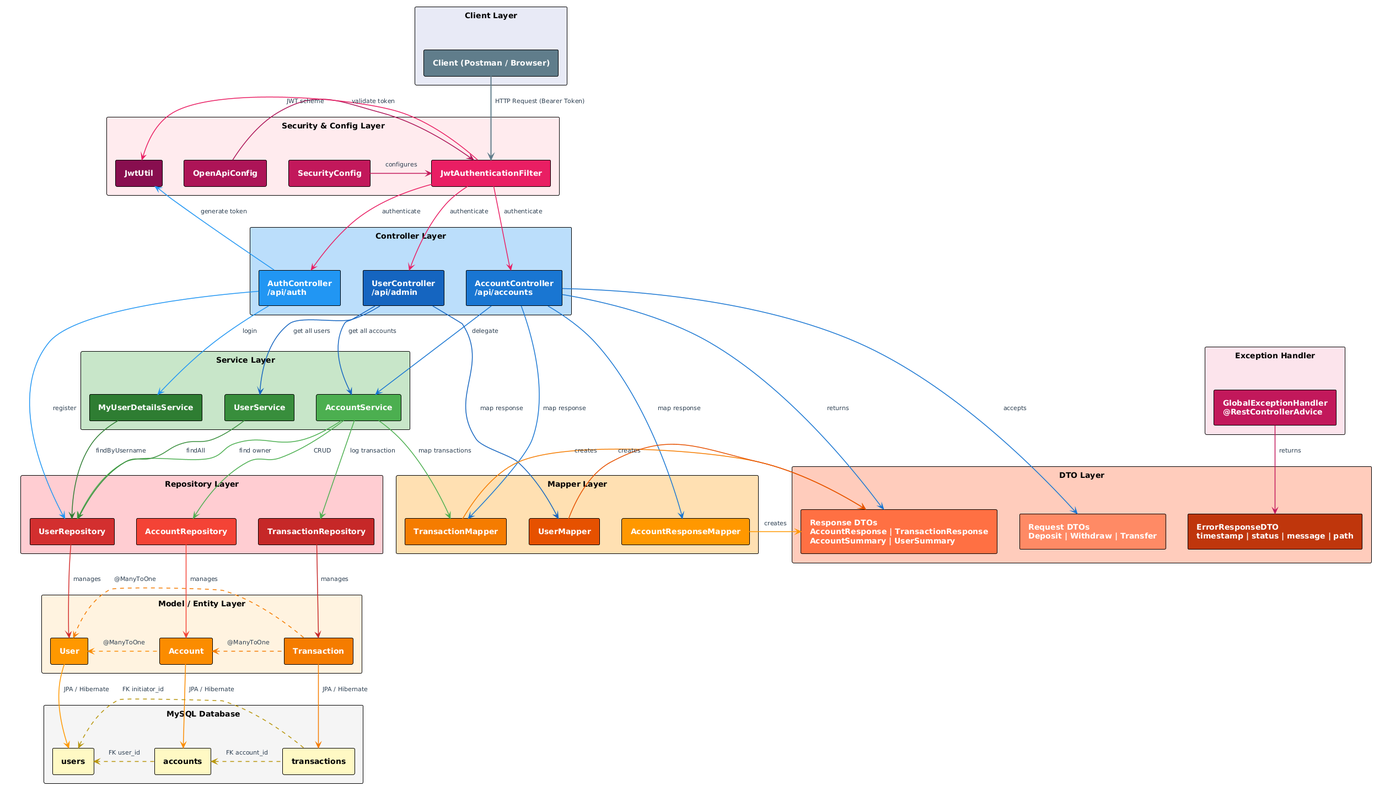
Before: docs/Banking API Architecture.png, a diagram exported from PlantUML (OmarElmelegy/Banking-api).
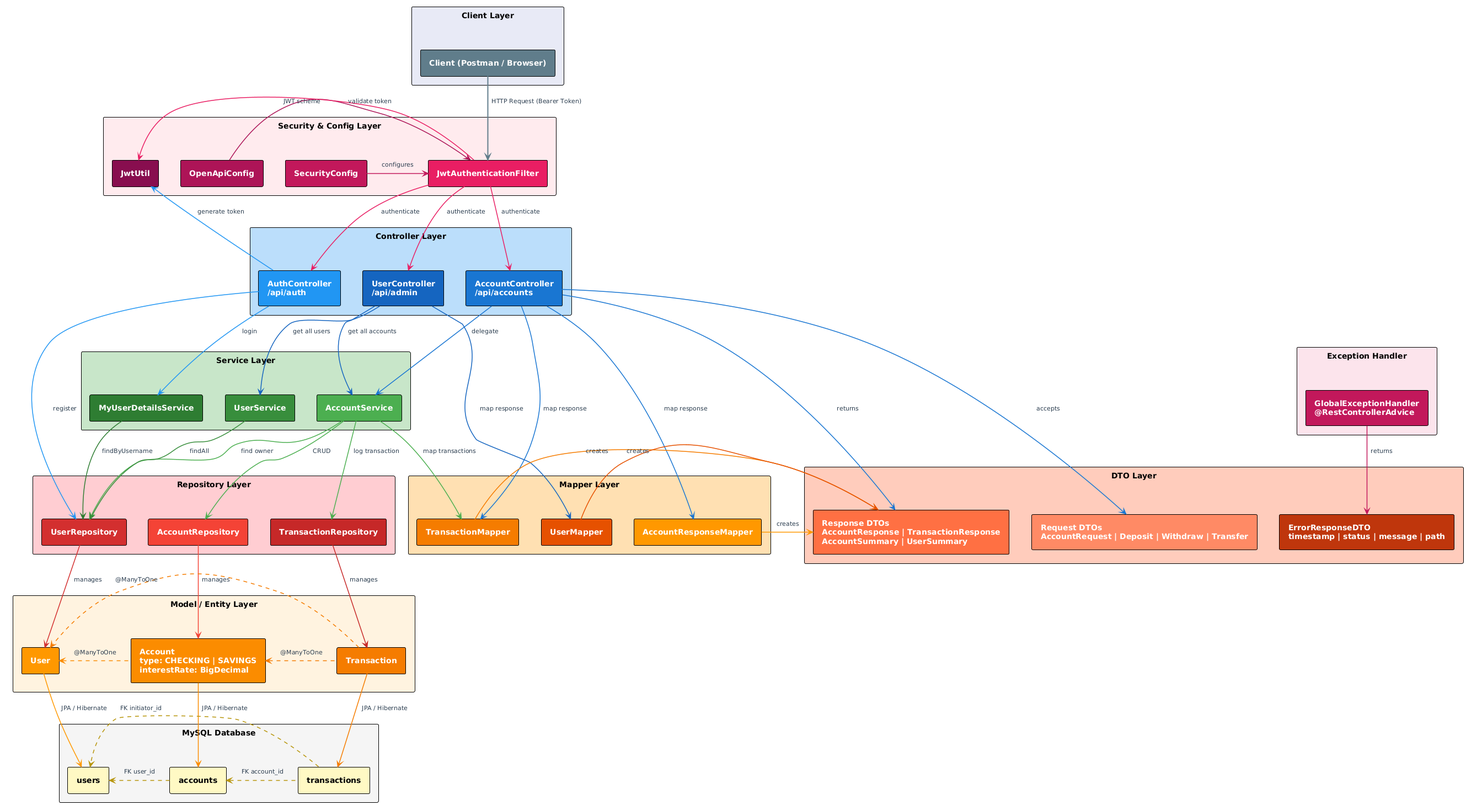
Above is the later version.

The edit, as a diff of the source:
```diff
@@ -50,7 +50,7 @@
 }
 
 rectangle "DTO Layer" #FFCCBC {
-  rectangle "Request DTOs\nDeposit | Withdraw | Transfer" as ReqDTOs #FF8A65;text:white
+  rectangle "Request DTOs\nAccountRequest | Deposit | Withdraw | Transfer" as ReqDTOs #FF8A65;text:white
   rectangle "Response DTOs\nAccountResponse | TransactionResponse\nAccountSummary | UserSummary" as RespDTOs #FF7043;text:white
   rectangle "ErrorResponseDTO\ntimestamp | status | message | path" as ErrDTO #BF360C;text:white
 }
@@ -63,7 +63,7 @@
 
 rectangle "Model / Entity Layer" #FFF3E0 {
   rectangle "User" as UserModel #FF9800;text:white
-  rectangle "Account" as AccModel #FB8C00;text:white
+  rectangle "Account\ntype: CHECKING | SAVINGS\ninterestRate: BigDecimal" as AccModel #FB8C00;text:white
   rectangle "Transaction" as TxModel #F57C00;text:white
 }
 
```
